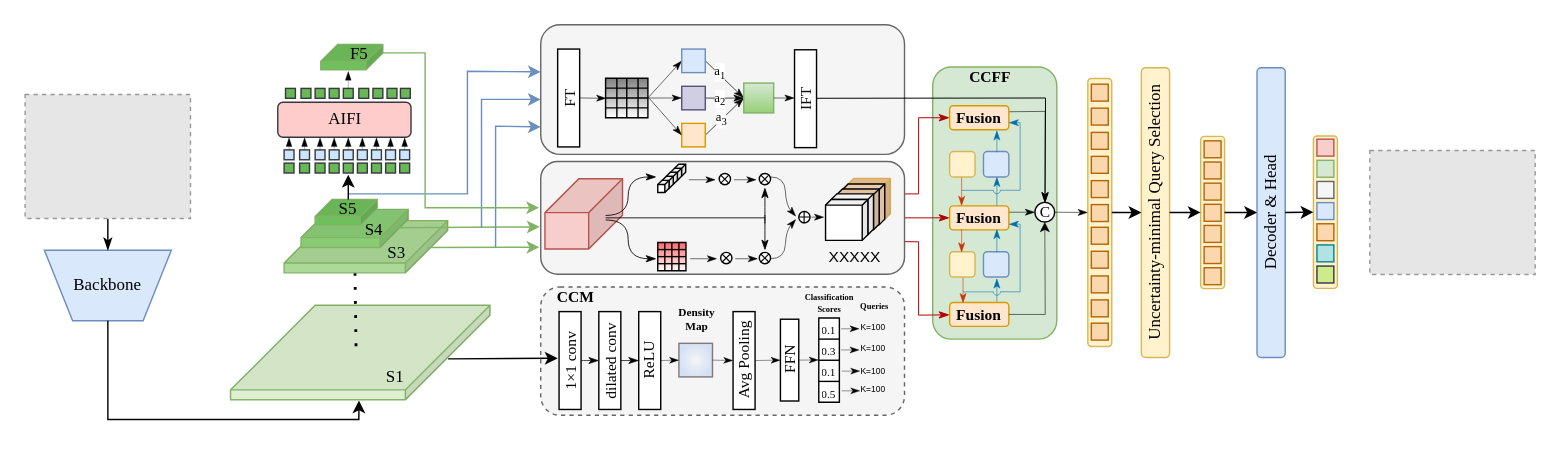
Earlier version of the draw.io diagram DrawIO_file/毕业论文画图/HDT-DETR.drawio (DingDongZz/typera_PicGO). Source tidied: cells renumbered, new cells numbered last; positions are measured from the earlier drawing's top-left corner, leaving out a move shared by most shapes. Both pictures are drawn from the tidied source at 141%, with x=0, y=0 at pixel (24, 24). Pictures stored in the file or linked from it are replaced by grey dashed boxes.
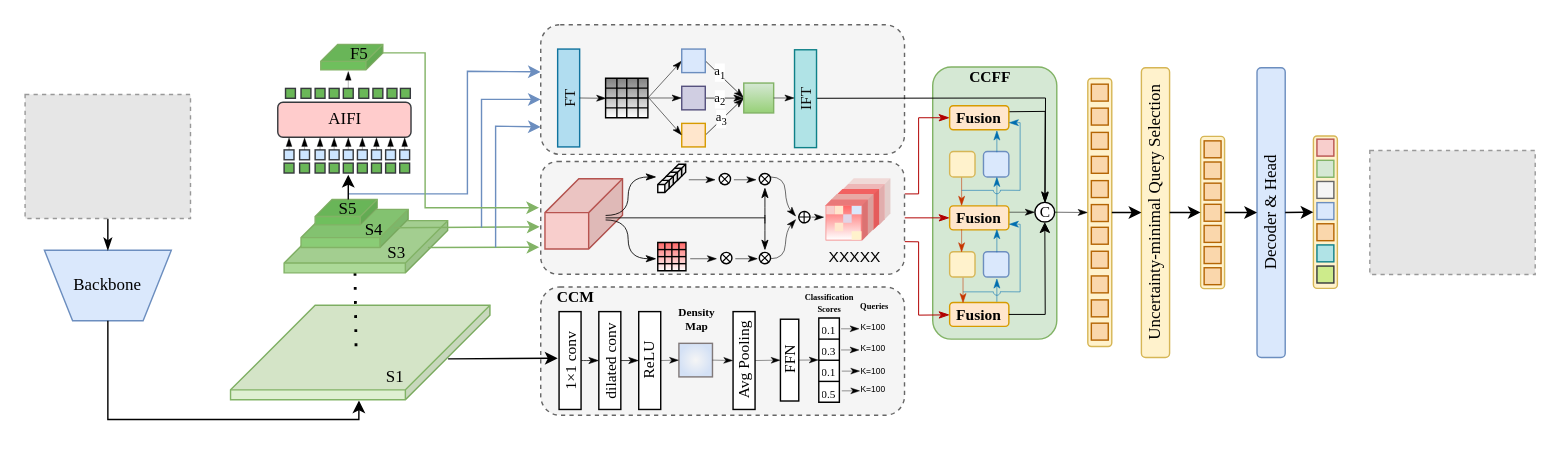
The same diagram, later.

The change refers to these unchanged cells:
```xml
<mxCell id="145" style="group;" parent="122" vertex="1">
  <mxGeometry x="199" y="10" width="46" height="44" as="geometry" />
</mxCell>
<mxCell id="185" style="group;fontColor=default;labelBackgroundColor=none;" parent="1" vertex="1">
  <mxGeometry x="656" y="57.5" width="74.5" height="156.5" as="geometry" />
</mxCell>
<mxCell id="187" value="Fusion" style="rounded=1;whiteSpace=wrap;html=1;fontFamily=Times New Roman;fontSize=11;labelBackgroundColor=none;fillColor=#ffe6cc;strokeColor=#d79b00;fontColor=default;fontStyle=1;" parent="185" vertex="1">
  <mxGeometry width="42" height="17" as="geometry" />
</mxCell>
<mxCell id="190" value="&lt;span style=&quot;font-family: &amp;quot;Times New Roman&amp;quot;;&quot;&gt;Fusion&lt;/span&gt;" style="rounded=1;whiteSpace=wrap;html=1;fontFamily=Helvetica;fontSize=11;labelBackgroundColor=none;fillColor=#ffe6cc;strokeColor=#d79b00;fontStyle=1;" parent="185" vertex="1">
  <mxGeometry y="139.5" width="42" height="17" as="geometry" />
</mxCell>
<mxCell id="196" value="&lt;span&gt;&lt;font face=&quot;Times New Roman&quot;&gt;C&lt;/font&gt;&lt;/span&gt;" style="ellipse;whiteSpace=wrap;html=1;fontFamily=Helvetica;fontSize=11;fontColor=default;labelBackgroundColor=none;" parent="185" vertex="1">
  <mxGeometry x="60.5" y="68.5" width="14" height="14" as="geometry" />
</mxCell>
```

What changed in the source:
```diff
@@
-    <mxCell id="19" style="rounded=1;whiteSpace=wrap;html=1;fillColor=#f5f5f5;strokeColor=#666666;fontColor=#333333;" parent="1" vertex="1">
+    <mxCell id="19" style="rounded=1;whiteSpace=wrap;html=1;fillColor=#f5f5f5;strokeColor=#666666;fontColor=#333333;dashed=1;" parent="1" vertex="1">
       <mxGeometry x="366" y="97" width="258" height="80" as="geometry" />
     </mxCell>
@@
-    <mxCell id="120" style="rounded=1;whiteSpace=wrap;html=1;fillColor=#f5f5f5;fontColor=#333333;strokeColor=#666666;" parent="1" vertex="1">
+    <mxCell id="120" style="rounded=1;whiteSpace=wrap;html=1;fillColor=#f5f5f5;fontColor=#333333;strokeColor=#666666;dashed=1;" parent="1" vertex="1">
       <mxGeometry x="366" width="258" height="92" as="geometry" />
     </mxCell>
@@
-    <mxCell id="146" style="shape=cube;whiteSpace=wrap;html=1;boundedLbl=1;backgroundOutline=1;darkOpacity=0.05;darkOpacity2=0.1;size=4;flipV=1;flipH=0;direction=west;fillColor=light-dark(#f2c092, #74471d);strokeColor=#d6b656;" parent="145" vertex="1">
+    <mxCell id="146" style="shape=cube;whiteSpace=wrap;html=1;boundedLbl=1;backgroundOutline=1;darkOpacity=0.05;darkOpacity2=0.1;size=4;flipV=1;flipH=0;direction=west;fillColor=light-dark(#fde5e3, #442724);strokeColor=none;" parent="145" vertex="1">
       <mxGeometry x="16" width="30" height="29" as="geometry" />
     </mxCell>
-    <mxCell id="147" style="shape=cube;whiteSpace=wrap;html=1;boundedLbl=1;backgroundOutline=1;darkOpacity=0.05;darkOpacity2=0.1;size=4;flipV=1;flipH=0;direction=west;fillColor=light-dark(#f4d8b8, #ededed);" parent="145" vertex="1">
+    <mxCell id="147" style="shape=cube;whiteSpace=wrap;html=1;boundedLbl=1;backgroundOutline=1;darkOpacity=0.05;darkOpacity2=0.1;size=4;flipV=1;flipH=0;direction=west;fillColor=light-dark(#fbc1c1, #512d2b);strokeColor=none;" parent="145" vertex="1">
       <mxGeometry x="12" y="4" width="30" height="29" as="geometry" />
     </mxCell>
-    <mxCell id="148" style="shape=cube;whiteSpace=wrap;html=1;boundedLbl=1;backgroundOutline=1;darkOpacity=0.05;darkOpacity2=0.1;size=4;flipV=1;flipH=0;direction=west;fillColor=light-dark(#edcaa9, #ededed);" parent="145" vertex="1">
+    <mxCell id="148" style="shape=cube;whiteSpace=wrap;html=1;boundedLbl=1;backgroundOutline=1;darkOpacity=0.05;darkOpacity2=0.1;size=4;flipV=1;flipH=0;direction=west;fillColor=light-dark(#ff6666, #572b2b);strokeColor=none;" parent="145" vertex="1">
       <mxGeometry x="8" y="7.5" width="30" height="29" as="geometry" />
     </mxCell>
-    <mxCell id="149" style="shape=cube;whiteSpace=wrap;html=1;boundedLbl=1;backgroundOutline=1;darkOpacity=0.05;darkOpacity2=0.1;size=4;flipV=1;flipH=0;direction=west;" parent="145" vertex="1">
+    <mxCell id="149" style="shape=cube;whiteSpace=wrap;html=1;boundedLbl=1;backgroundOutline=1;darkOpacity=0.05;darkOpacity2=0.1;size=4;flipV=1;flipH=0;direction=west;fillColor=light-dark(#f4b2ae, #512d2b);gradientColor=none;strokeColor=none;" parent="145" vertex="1">
       <mxGeometry x="4" y="11" width="30" height="29" as="geometry" />
     </mxCell>
-    <mxCell id="150" style="shape=cube;whiteSpace=wrap;html=1;boundedLbl=1;backgroundOutline=1;darkOpacity=0.05;darkOpacity2=0.1;size=4;flipV=1;flipH=0;direction=west;" parent="145" vertex="1">
+    <mxCell id="150" style="shape=cube;whiteSpace=wrap;html=1;boundedLbl=1;backgroundOutline=1;darkOpacity=0.05;darkOpacity2=0.1;size=4;flipV=1;flipH=0;direction=west;fillColor=light-dark(#f57f7f, #442724);strokeColor=none;" parent="145" vertex="1">
       <mxGeometry y="15" width="30" height="29" as="geometry" />
     </mxCell>
@@
-    <mxCell id="186" style="edgeStyle=none;shape=connector;rounded=0;jettySize=auto;html=1;entryX=0.5;entryY=0;entryDx=0;entryDy=0;strokeColor=default;strokeWidth=0.4;align=center;verticalAlign=middle;fontFamily=Helvetica;fontSize=11;fontColor=default;labelBackgroundColor=default;endArrow=classicThin;endFill=1;exitX=1;exitY=0.25;exitDx=0;exitDy=0;" parent="185" edge="1" source="187" target="196">
+    <mxCell id="186" style="edgeStyle=none;shape=connector;rounded=0;jettySize=auto;html=1;entryX=0.5;entryY=0;entryDx=0;entryDy=0;strokeColor=default;strokeWidth=0.7;align=center;verticalAlign=middle;fontFamily=Helvetica;fontSize=11;fontColor=default;labelBackgroundColor=default;endArrow=classicThin;endFill=1;exitX=1;exitY=0.25;exitDx=0;exitDy=0;" parent="185" edge="1" source="187" target="196">
       <mxGeometry relative="1" as="geometry">
         <Array as="points">
           <mxPoint x="67.8" y="4" />
         </Array>
       </mxGeometry>
     </mxCell>
@@
-    <mxCell id="203" style="endArrow=classic;html=1;rounded=0;strokeColor=default;strokeWidth=0.4;align=center;verticalAlign=middle;fontFamily=Helvetica;fontSize=11;fontColor=default;labelBackgroundColor=default;exitX=1;exitY=0.5;exitDx=0;exitDy=0;entryX=0.5;entryY=1;entryDx=0;entryDy=0;" parent="185" edge="1" source="190" target="196">
+    <mxCell id="203" style="endArrow=classic;html=1;rounded=0;strokeColor=default;strokeWidth=0.7;align=center;verticalAlign=middle;fontFamily=Helvetica;fontSize=11;fontColor=default;labelBackgroundColor=default;exitX=1;exitY=0.5;exitDx=0;exitDy=0;entryX=0.5;entryY=1;entryDx=0;entryDy=0;" parent="185" edge="1" source="190" target="196">
       <mxGeometry relative="1" as="geometry">
         <Array as="points">
           <mxPoint x="67.8" y="148" />
         </Array>
       </mxGeometry>
     </mxCell>
@@
-    <mxCell id="211" value="&lt;p style=&quot;margin: 0px; font-variant-numeric: normal; font-variant-east-asian: normal; font-variant-alternates: normal; font-size-adjust: none; font-kerning: auto; font-optical-sizing: auto; font-feature-settings: normal; font-variation-settings: normal; font-variant-position: normal; font-variant-emoji: normal; font-stretch: normal; line-height: normal; color: rgb(14, 14, 14); text-align: start;&quot; class=&quot;p1&quot;&gt;&lt;font style=&quot;font-size: 11px;&quot; face=&quot;Times New Roman&quot;&gt;FT&lt;/font&gt;&lt;/p&gt;" style="rounded=0;whiteSpace=wrap;html=1;horizontal=0;" parent="1" vertex="1">
+    <mxCell id="211" value="&lt;p style=&quot;margin: 0px; font-variant-numeric: normal; font-variant-east-asian: normal; font-variant-alternates: normal; font-size-adjust: none; font-kerning: auto; font-optical-sizing: auto; font-feature-settings: normal; font-variation-settings: normal; font-variant-position: normal; font-variant-emoji: normal; font-stretch: normal; line-height: normal; color: rgb(14, 14, 14); text-align: start;&quot; class=&quot;p1&quot;&gt;&lt;font style=&quot;font-size: 11px;&quot; face=&quot;Times New Roman&quot;&gt;FT&lt;/font&gt;&lt;/p&gt;" style="rounded=0;whiteSpace=wrap;html=1;horizontal=0;fillColor=#b1ddf0;strokeColor=#10739e;" parent="1" vertex="1">
       <mxGeometry x="378" y="17.3" width="15.6" height="69.4" as="geometry" />
     </mxCell>
@@
-    <mxCell id="247" value="&lt;p style=&quot;margin: 0px; font-variant-numeric: normal; font-variant-east-asian: normal; font-variant-alternates: normal; font-size-adjust: none; font-kerning: auto; font-optical-sizing: auto; font-feature-settings: normal; font-variation-settings: normal; font-variant-position: normal; font-variant-emoji: normal; font-stretch: normal; line-height: normal; color: rgb(14, 14, 14); text-align: start;&quot; class=&quot;p1&quot;&gt;&lt;font style=&quot;font-size: 11px;&quot; face=&quot;Times New Roman&quot;&gt;IFT&lt;/font&gt;&lt;/p&gt;" style="rounded=0;whiteSpace=wrap;html=1;horizontal=0;" parent="1" vertex="1">
+    <mxCell id="247" value="&lt;p style=&quot;margin: 0px; font-variant-numeric: normal; font-variant-east-asian: normal; font-variant-alternates: normal; font-size-adjust: none; font-kerning: auto; font-optical-sizing: auto; font-feature-settings: normal; font-variation-settings: normal; font-variant-position: normal; font-variant-emoji: normal; font-stretch: normal; line-height: normal; color: rgb(14, 14, 14); text-align: start;&quot; class=&quot;p1&quot;&gt;&lt;font style=&quot;font-size: 11px;&quot; face=&quot;Times New Roman&quot;&gt;IFT&lt;/font&gt;&lt;/p&gt;" style="rounded=0;whiteSpace=wrap;html=1;horizontal=0;fillColor=#b0e3e6;strokeColor=#0e8088;" parent="1" vertex="1">
       <mxGeometry x="546" y="17.8" width="15.6" height="69.4" as="geometry" />
     </mxCell>
@@
+    <mxCell id="283" style="shape=table;startSize=0;childLayout=tableLayout;fontSize=16;gradientColor=#FF6666;gradientDirection=north;strokeColor=none;" parent="1" vertex="1">
+      <mxGeometry x="568.5" y="128.5" width="24.5" height="24" as="geometry" />
+    </mxCell>
+    <mxCell id="284" style="shape=tableRow;horizontal=0;startSize=0;swimlaneHead=0;swimlaneBody=0;strokeColor=inherit;top=0;left=0;bottom=0;right=0;fillColor=none;fontSize=16;" parent="283" vertex="1">
+      <mxGeometry width="24.5" height="6" as="geometry" />
+    </mxCell>
+    <mxCell id="285" style="shape=partialRectangle;html=1;whiteSpace=wrap;strokeColor=#b85450;overflow=hidden;fillColor=#f8cecc;top=0;left=0;bottom=0;right=0;fontSize=16;" parent="284" vertex="1">
+      <mxGeometry width="6" height="6" as="geometry" />
+    </mxCell>
+    <mxCell id="286" style="shape=partialRectangle;html=1;whiteSpace=wrap;strokeColor=#d79b00;overflow=hidden;fillColor=#ffe6cc;top=0;left=0;bottom=0;right=0;fontSize=16;" parent="284" vertex="1">
+      <mxGeometry x="6" width="6" height="6" as="geometry" />
+    </mxCell>
+    <mxCell id="287" style="shape=partialRectangle;html=1;whiteSpace=wrap;strokeColor=inherit;overflow=hidden;fillColor=none;top=0;left=0;bottom=0;right=0;fontSize=16;" parent="284" vertex="1">
+      <mxGeometry x="12" width="6" height="6" as="geometry" />
+    </mxCell>
+    <mxCell id="288" style="shape=partialRectangle;html=1;whiteSpace=wrap;strokeColor=#6c8ebf;overflow=hidden;fillColor=#dae8fc;top=0;left=0;bottom=0;right=0;fontSize=16;" parent="284" vertex="1">
+      <mxGeometry x="18" width="7" height="6" as="geometry" />
+    </mxCell>
+    <mxCell id="289" style="shape=tableRow;horizontal=0;startSize=0;swimlaneHead=0;swimlaneBody=0;strokeColor=inherit;top=0;left=0;bottom=0;right=0;fillColor=none;fontSize=16;" parent="283" vertex="1">
+      <mxGeometry y="6" width="24.5" height="6" as="geometry" />
+    </mxCell>
+    <mxCell id="290" style="shape=partialRectangle;html=1;whiteSpace=wrap;strokeColor=inherit;overflow=hidden;fillColor=none;top=0;left=0;bottom=0;right=0;fontSize=16;" parent="289" vertex="1">
+      <mxGeometry width="6" height="6" as="geometry" />
+    </mxCell>
+    <mxCell id="291" style="shape=partialRectangle;html=1;whiteSpace=wrap;strokeColor=inherit;overflow=hidden;fillColor=none;top=0;left=0;bottom=0;right=0;fontSize=16;" parent="289" vertex="1">
+      <mxGeometry x="6" width="6" height="6" as="geometry" />
+    </mxCell>
+    <mxCell id="292" style="shape=partialRectangle;html=1;whiteSpace=wrap;strokeColor=#9673a6;overflow=hidden;fillColor=#e1d5e7;top=0;left=0;bottom=0;right=0;fontSize=16;" parent="289" vertex="1">
+      <mxGeometry x="12" width="6" height="6" as="geometry" />
+    </mxCell>
+    <mxCell id="293" style="shape=partialRectangle;html=1;whiteSpace=wrap;strokeColor=inherit;overflow=hidden;fillColor=none;top=0;left=0;bottom=0;right=0;fontSize=16;" parent="289" vertex="1">
+      <mxGeometry x="18" width="7" height="6" as="geometry" />
+    </mxCell>
+    <mxCell id="294" style="shape=tableRow;horizontal=0;startSize=0;swimlaneHead=0;swimlaneBody=0;strokeColor=inherit;top=0;left=0;bottom=0;right=0;fillColor=none;fontSize=16;" parent="283" vertex="1">
+      <mxGeometry y="12" width="24.5" height="6" as="geometry" />
+    </mxCell>
+    <mxCell id="295" style="shape=partialRectangle;html=1;whiteSpace=wrap;strokeColor=inherit;overflow=hidden;fillColor=none;top=0;left=0;bottom=0;right=0;fontSize=16;" parent="294" vertex="1">
+      <mxGeometry width="6" height="6" as="geometry" />
+    </mxCell>
+    <mxCell id="296" style="shape=partialRectangle;html=1;whiteSpace=wrap;strokeColor=#d79b00;overflow=hidden;fillColor=#ffe6cc;top=0;left=0;bottom=0;right=0;fontSize=16;" parent="294" vertex="1">
+      <mxGeometry x="6" width="6" height="6" as="geometry" />
+    </mxCell>
+    <mxCell id="297" style="shape=partialRectangle;html=1;whiteSpace=wrap;strokeColor=inherit;overflow=hidden;fillColor=none;top=0;left=0;bottom=0;right=0;fontSize=16;" parent="294" vertex="1">
+      <mxGeometry x="12" width="6" height="6" as="geometry" />
+    </mxCell>
+    <mxCell id="298" style="shape=partialRectangle;html=1;whiteSpace=wrap;strokeColor=inherit;overflow=hidden;fillColor=none;top=0;left=0;bottom=0;right=0;fontSize=16;" parent="294" vertex="1">
+      <mxGeometry x="18" width="7" height="6" as="geometry" />
+    </mxCell>
+    <mxCell id="299" style="shape=tableRow;horizontal=0;startSize=0;swimlaneHead=0;swimlaneBody=0;strokeColor=inherit;top=0;left=0;bottom=0;right=0;fillColor=none;fontSize=16;" parent="283" vertex="1">
+      <mxGeometry y="18" width="24.5" height="6" as="geometry" />
+    </mxCell>
+    <mxCell id="300" style="shape=partialRectangle;html=1;whiteSpace=wrap;strokeColor=inherit;overflow=hidden;fillColor=none;top=0;left=0;bottom=0;right=0;fontSize=16;" parent="299" vertex="1">
+      <mxGeometry width="6" height="6" as="geometry" />
+    </mxCell>
+    <mxCell id="301" style="shape=partialRectangle;html=1;whiteSpace=wrap;strokeColor=inherit;overflow=hidden;fillColor=none;top=0;left=0;bottom=0;right=0;fontSize=16;" parent="299" vertex="1">
+      <mxGeometry x="6" width="6" height="6" as="geometry" />
+    </mxCell>
+    <mxCell id="302" style="shape=partialRectangle;html=1;whiteSpace=wrap;strokeColor=inherit;overflow=hidden;fillColor=none;top=0;left=0;bottom=0;right=0;fontSize=16;" parent="299" vertex="1">
+      <mxGeometry x="12" width="6" height="6" as="geometry" />
+    </mxCell>
+    <mxCell id="303" style="shape=partialRectangle;html=1;whiteSpace=wrap;strokeColor=#d6b656;overflow=hidden;fillColor=#fff2cc;top=0;left=0;bottom=0;right=0;fontSize=16;" parent="299" vertex="1">
+      <mxGeometry x="18" width="7" height="6" as="geometry" />
+    </mxCell>
```
